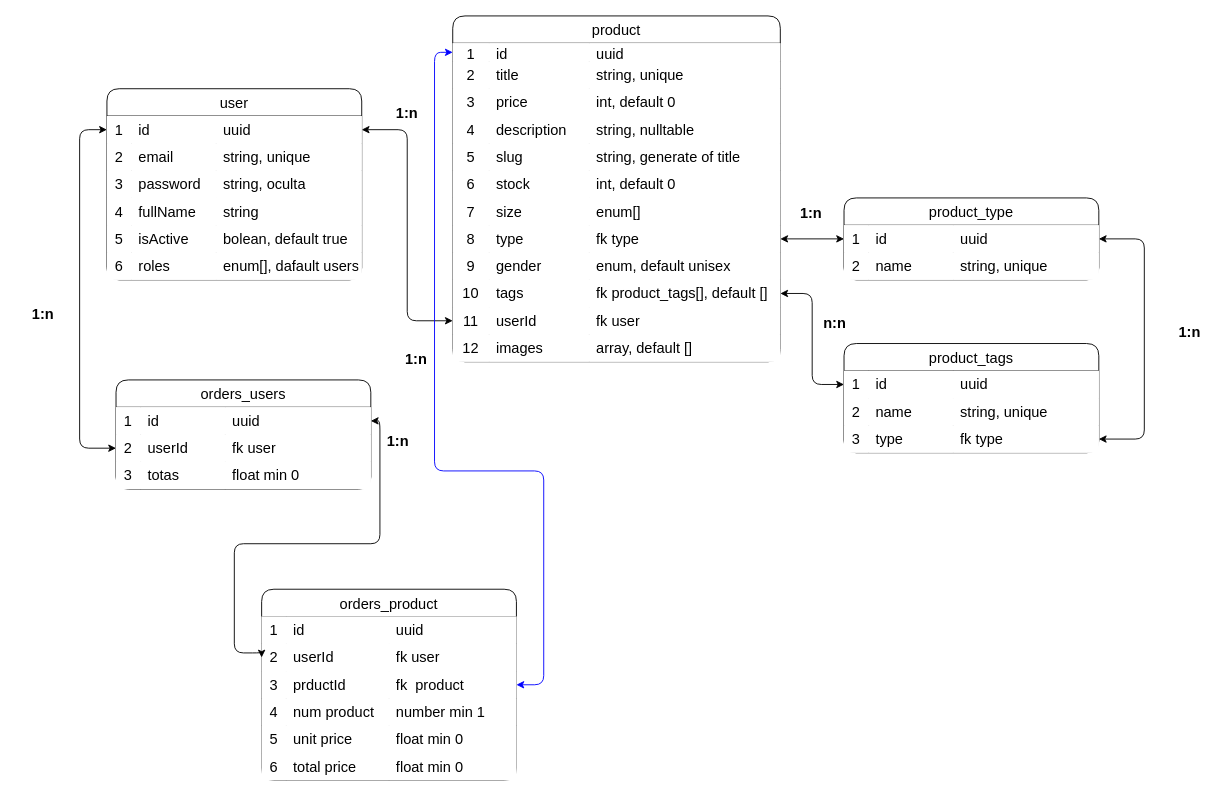
The draw.io diagram schema-db.drawio in ArturoCarrilloJimenez/StyleHub-Backend-Nest, before the edit. Source tidied: cells renumbered, new cells numbered last; positions are measured from the earlier drawing's top-left corner, leaving out a move shared by most shapes. Both pictures are drawn from the tidied source at 91%, with x=0, y=0 at pixel (15, 15).
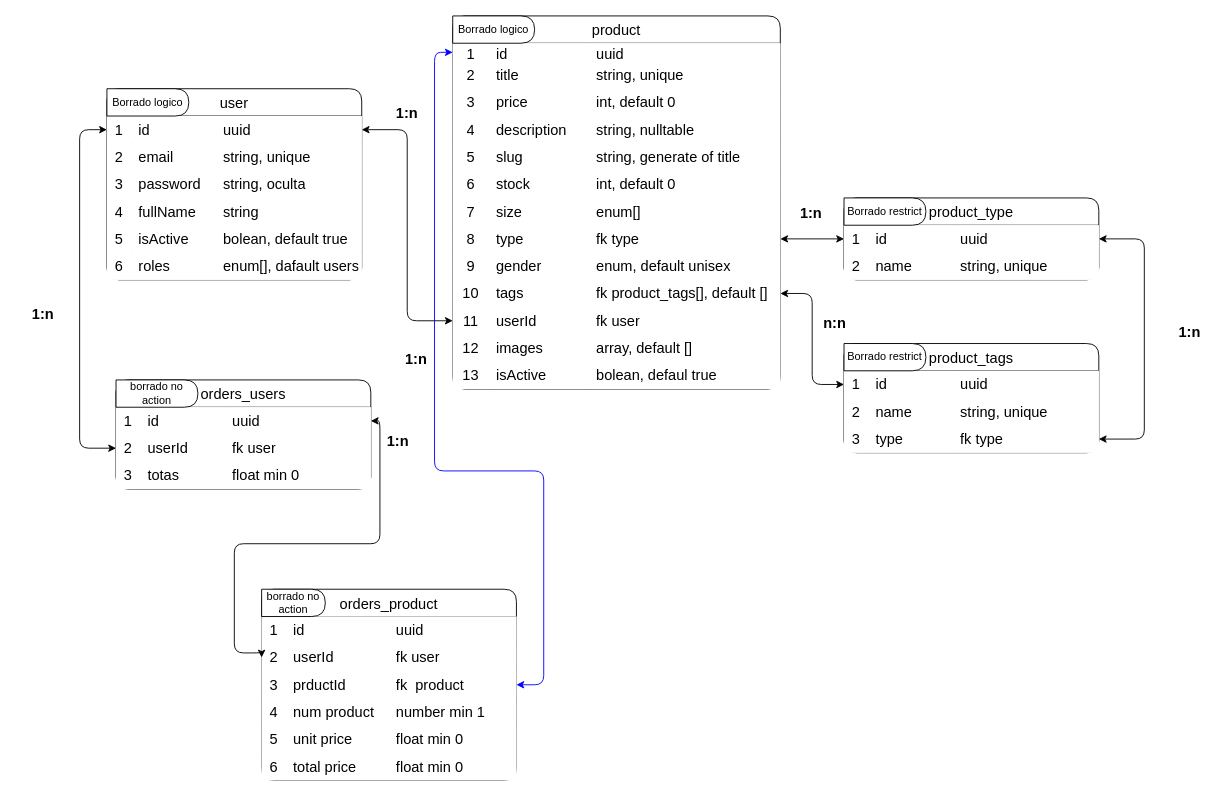
Above is the later version.

Change to the diagram source:
```diff
@@
     <mxCell id="2" value="product" style="shape=table;startSize=30;childLayout=tableLayout;rowLines=0;fontStyle=0;fontSize=16;rounded=1;" parent="1" vertex="1">
-      <mxGeometry x="480" width="360" height="380" as="geometry" />
+      <mxGeometry x="480" width="360" height="410" as="geometry" />
     </mxCell>
@@
+    <mxCell id="150" style="shape=tableRow;horizontal=0;startSize=0;swimlaneHead=0;swimlaneBody=0;top=0;left=0;bottom=0;right=0;fontSize=16;rounded=1;" parent="2" vertex="1">
+      <mxGeometry y="380" width="360" height="30" as="geometry" />
+    </mxCell>
+    <mxCell id="151" value="13" style="shape=partialRectangle;html=1;whiteSpace=wrap;top=0;left=0;bottom=0;right=0;overflow=hidden;fontSize=16;rounded=1;" parent="150" vertex="1">
+      <mxGeometry width="40" height="30" as="geometry" />
+    </mxCell>
+    <mxCell id="152" value="isActive" style="shape=partialRectangle;html=1;whiteSpace=wrap;top=0;left=0;bottom=0;right=0;align=left;spacingLeft=6;overflow=hidden;fontSize=16;rounded=1;" parent="150" vertex="1">
+      <mxGeometry x="40" width="110" height="30" as="geometry" />
+    </mxCell>
+    <mxCell id="153" value="bolean, defaul true" style="shape=partialRectangle;html=1;whiteSpace=wrap;top=0;left=0;bottom=0;right=0;align=left;spacingLeft=6;overflow=hidden;fontSize=16;rounded=1;" parent="150" vertex="1">
+      <mxGeometry x="150" width="210" height="30" as="geometry" />
+    </mxCell>
@@
+    <mxCell id="154" value="Borrado logico" style="shape=delay;whiteSpace=wrap;html=1;" parent="1" vertex="1">
+      <mxGeometry x="100" y="80" width="90" height="30" as="geometry" />
+    </mxCell>
+    <mxCell id="155" value="Borrado logico" style="shape=delay;whiteSpace=wrap;html=1;" parent="1" vertex="1">
+      <mxGeometry x="480" width="90" height="30" as="geometry" />
+    </mxCell>
+    <mxCell id="156" value="Borrado restrict" style="shape=delay;whiteSpace=wrap;html=1;" parent="1" vertex="1">
+      <mxGeometry x="910" y="200" width="90" height="30" as="geometry" />
+    </mxCell>
+    <mxCell id="157" value="Borrado restrict" style="shape=delay;whiteSpace=wrap;html=1;" parent="1" vertex="1">
+      <mxGeometry x="910" y="360" width="90" height="30" as="geometry" />
+    </mxCell>
+    <mxCell id="158" value="borrado no action" style="shape=delay;whiteSpace=wrap;html=1;" parent="1" vertex="1">
+      <mxGeometry x="110" y="400" width="90" height="30" as="geometry" />
+    </mxCell>
+    <mxCell id="159" value="borrado no action" style="shape=delay;whiteSpace=wrap;html=1;" parent="1" vertex="1">
+      <mxGeometry x="270" y="630" width="70" height="30" as="geometry" />
+    </mxCell>
```
